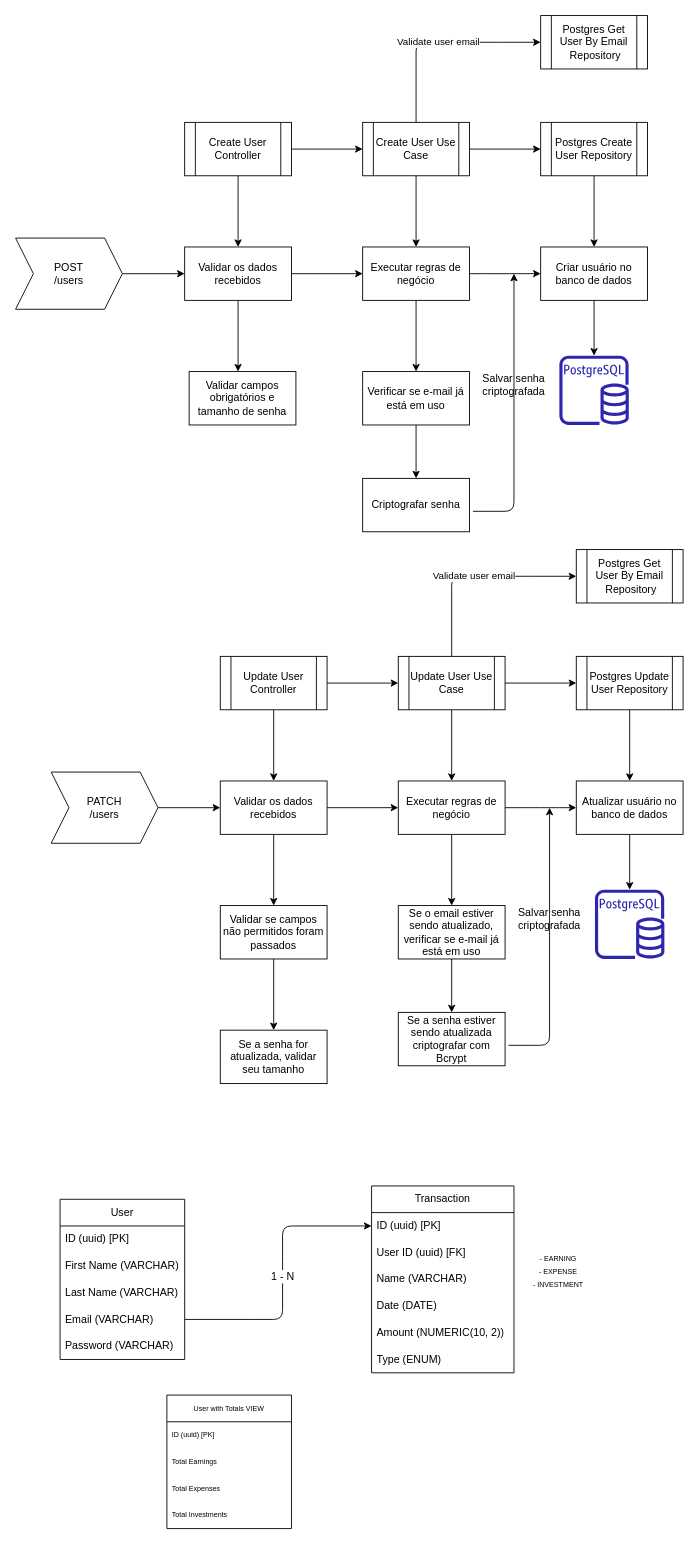
Before: diagramaDB.drawio in Ivan-Leonardi/finance-app, a draw.io diagram. Source tidied: cells renumbered, new cells numbered last; positions are measured from the earlier drawing's top-left corner, leaving out a move shared by most shapes. Both pictures are drawn from the tidied source at 89%, with x=0, y=0 at pixel (15, 15).
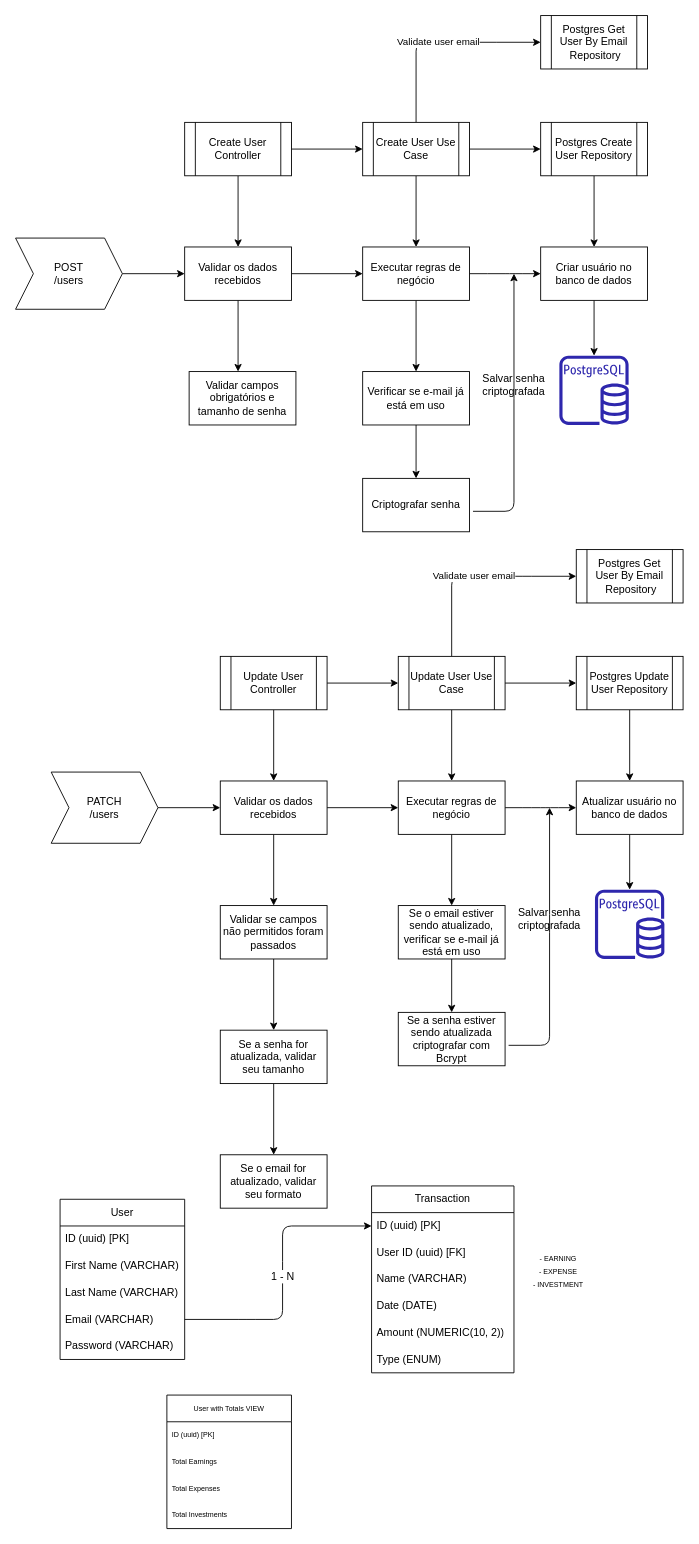
The same diagram, later.

Unchanged cells that the change refers to:
```xml
<mxCell id="77" value="Se a senha for atualizada, validar seu tamanho" style="whiteSpace=wrap;html=1;" parent="1" vertex="1">
  <mxGeometry x="230" y="1140" width="120" height="60" as="geometry" />
</mxCell>
```

Change to the diagram source:
```diff
@@
+    <mxCell id="78" style="edgeStyle=none;html=1;" parent="1" edge="1" source="77" target="79">
+      <mxGeometry relative="1" as="geometry" />
+    </mxCell>
@@
+    <mxCell id="79" value="Se o email for atualizado, validar seu formato" style="whiteSpace=wrap;html=1;" parent="1" vertex="1">
+      <mxGeometry x="230" y="1280" width="120" height="60" as="geometry" />
+    </mxCell>
```
